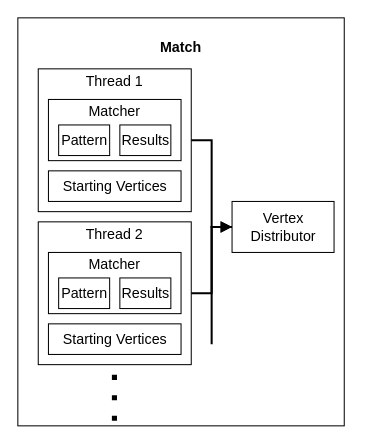
Above: page "matcherParallel" (4 of 7) of diagrams/QueryObjects.drawio in goramartin/BcThesisText (draw.io), before the change. Source tidied: cells renumbered, new cells numbered last; positions are measured from the earlier drawing's top-left corner, leaving out a move shared by most shapes. Both pictures are drawn from the tidied source at 102%, with x=0, y=0 at pixel (17, 17).
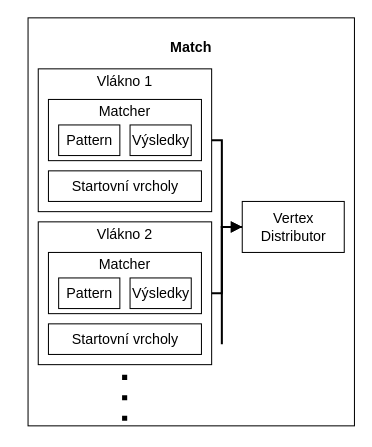
The same diagram, later.

Diff of the diagram source:
```diff
@@
     <mxCell id="2" value="&lt;p style=&quot;margin: 4px 0px 0px; text-align: center; font-size: 14px;&quot;&gt;&lt;br style=&quot;font-size: 14px;&quot;&gt;&lt;b style=&quot;font-size: 14px;&quot;&gt;Match&lt;/b&gt;&lt;/p&gt;" style="verticalAlign=top;align=left;overflow=fill;fontSize=14;fontFamily=CMU Serif;html=1;" parent="1" vertex="1">
-      <mxGeometry width="320" height="400" as="geometry" />
+      <mxGeometry x="10" width="320" height="400" as="geometry" />
     </mxCell>
-    <mxCell id="3" value="&lt;p style=&quot;margin: 4px 0px 0px; text-align: center; font-size: 14px;&quot;&gt;Thread 1&lt;/p&gt;" style="verticalAlign=top;align=left;overflow=fill;fontSize=14;fontFamily=CMU Serif;html=1;" parent="1" vertex="1">
-      <mxGeometry x="20" y="50" width="150" height="140" as="geometry" />
+    <mxCell id="3" value="&lt;p style=&quot;margin: 4px 0px 0px ; text-align: center ; font-size: 14px&quot;&gt;Vlákno 1&lt;/p&gt;" style="verticalAlign=top;align=left;overflow=fill;fontSize=14;fontFamily=CMU Serif;html=1;" parent="1" vertex="1">
+      <mxGeometry x="20" y="50" width="170" height="140" as="geometry" />
     </mxCell>
     <mxCell id="4" value="&lt;p style=&quot;margin: 4px 0px 0px; text-align: center; font-size: 14px;&quot;&gt;Matcher&lt;/p&gt;&lt;div style=&quot;height: 2px; font-size: 14px;&quot;&gt;&lt;/div&gt;" style="verticalAlign=top;align=left;overflow=fill;fontSize=14;fontFamily=CMU Serif;html=1;" parent="1" vertex="1">
-      <mxGeometry x="30" y="80" width="130" height="60" as="geometry" />
+      <mxGeometry x="30" y="80" width="150" height="60" as="geometry" />
     </mxCell>
     <mxCell id="5" value="Pattern" style="html=1;fontSize=14;fontFamily=CMU Serif;" parent="1" vertex="1">
-      <mxGeometry x="40" y="105" width="50" height="30" as="geometry" />
+      <mxGeometry x="40" y="105" width="60" height="30" as="geometry" />
     </mxCell>
-    <mxCell id="6" value="Results" style="html=1;fontSize=14;fontFamily=CMU Serif;" parent="1" vertex="1">
-      <mxGeometry x="100" y="105" width="50" height="30" as="geometry" />
+    <mxCell id="6" value="Výsledky" style="html=1;fontSize=14;fontFamily=CMU Serif;" parent="1" vertex="1">
+      <mxGeometry x="110" y="105" width="60" height="30" as="geometry" />
     </mxCell>
-    <mxCell id="7" value="Starting Vertices" style="html=1;fontSize=14;fontFamily=CMU Serif;" parent="1" vertex="1">
-      <mxGeometry x="30" y="150" width="130" height="30" as="geometry" />
+    <mxCell id="7" value="Startovní vrcholy" style="html=1;fontSize=14;fontFamily=CMU Serif;" parent="1" vertex="1">
+      <mxGeometry x="30" y="150" width="150" height="30" as="geometry" />
     </mxCell>
-    <mxCell id="8" value="&lt;p style=&quot;margin: 4px 0px 0px; text-align: center; font-size: 14px;&quot;&gt;Thread 2&lt;/p&gt;" style="verticalAlign=top;align=left;overflow=fill;fontSize=14;fontFamily=CMU Serif;html=1;" parent="1" vertex="1">
-      <mxGeometry x="20" y="200" width="150" height="140" as="geometry" />
+    <mxCell id="8" value="&lt;p style=&quot;margin: 4px 0px 0px ; text-align: center ; font-size: 14px&quot;&gt;Vlákno 2&lt;/p&gt;" style="verticalAlign=top;align=left;overflow=fill;fontSize=14;fontFamily=CMU Serif;html=1;" parent="1" vertex="1">
+      <mxGeometry x="20" y="200" width="170" height="140" as="geometry" />
     </mxCell>
     <mxCell id="9" value="&lt;p style=&quot;margin: 4px 0px 0px; text-align: center; font-size: 14px;&quot;&gt;Matcher&lt;/p&gt;&lt;div style=&quot;height: 2px; font-size: 14px;&quot;&gt;&lt;/div&gt;" style="verticalAlign=top;align=left;overflow=fill;fontSize=14;fontFamily=CMU Serif;html=1;" parent="1" vertex="1">
-      <mxGeometry x="30" y="230" width="130" height="60" as="geometry" />
+      <mxGeometry x="30" y="230" width="150" height="60" as="geometry" />
     </mxCell>
-    <mxCell id="10" value="Pattern" style="html=1;fontSize=14;fontFamily=CMU Serif;" parent="1" vertex="1">
-      <mxGeometry x="40" y="255" width="50" height="30" as="geometry" />
-    </mxCell>
-    <mxCell id="11" value="Results" style="html=1;fontSize=14;fontFamily=CMU Serif;" parent="1" vertex="1">
-      <mxGeometry x="100" y="255" width="50" height="30" as="geometry" />
-    </mxCell>
-    <mxCell id="12" value="Starting Vertices" style="html=1;fontSize=14;fontFamily=CMU Serif;" parent="1" vertex="1">
-      <mxGeometry x="30" y="300" width="130" height="30" as="geometry" />
+    <mxCell id="12" value="Startovní vrcholy" style="html=1;fontSize=14;fontFamily=CMU Serif;" parent="1" vertex="1">
+      <mxGeometry x="30" y="300" width="150" height="30" as="geometry" />
     </mxCell>
     <mxCell id="13" style="endArrow=none;dashed=1;html=1;dashPattern=1 3;strokeWidth=5;fontFamily=CMU Serif;fontSize=14;fontStyle=1;" parent="1" edge="1">
       <mxGeometry relative="1" as="geometry">
-        <mxPoint x="94.7" y="350" as="sourcePoint" />
-        <mxPoint x="94.7" y="400" as="targetPoint" />
+        <mxPoint x="104.7" y="350" as="sourcePoint" />
+        <mxPoint x="104.7" y="400" as="targetPoint" />
       </mxGeometry>
     </mxCell>
     <mxCell id="14" style="edgeStyle=orthogonalEdgeStyle;rounded=0;jettySize=auto;html=1;entryX=1;entryY=0.5;entryDx=0;entryDy=0;strokeWidth=2;fontFamily=CMU Serif;fontSize=14;endArrow=none;endFill=0;" parent="1" edge="1" source="17" target="8">
-      <mxGeometry relative="1" as="geometry" />
+      <mxGeometry relative="1" as="geometry">
+        <Array as="points">
+          <mxPoint x="200" y="205" />
+          <mxPoint x="200" y="270" />
+        </Array>
+      </mxGeometry>
     </mxCell>
     <mxCell id="15" style="edgeStyle=orthogonalEdgeStyle;rounded=0;jettySize=auto;html=1;strokeWidth=2;fontFamily=CMU Serif;fontSize=14;startArrow=block;startFill=1;endArrow=none;endFill=0;" parent="1" edge="1" source="17" target="3">
-      <mxGeometry relative="1" as="geometry" />
+      <mxGeometry relative="1" as="geometry">
+        <Array as="points">
+          <mxPoint x="200" y="205" />
+          <mxPoint x="200" y="120" />
+        </Array>
+      </mxGeometry>
     </mxCell>
     <mxCell id="16" style="edgeStyle=orthogonalEdgeStyle;rounded=0;jettySize=auto;html=1;startArrow=block;startFill=1;endArrow=none;endFill=0;strokeWidth=2;fontFamily=CMU Serif;fontSize=14;" parent="1" edge="1" source="17">
       <mxGeometry relative="1" as="geometry">
-        <mxPoint x="190" y="270" as="targetPoint" />
+        <mxPoint x="200" y="270" as="targetPoint" />
       </mxGeometry>
     </mxCell>
-    <mxCell id="17" value="&lt;font style=&quot;font-size: 14px;&quot;&gt;Vertex&lt;br style=&quot;font-size: 14px;&quot;&gt;Distributor&lt;/font&gt;" style="html=1;fontFamily=CMU Serif;fontSize=14;rotation=0;" parent="1" vertex="1">
-      <mxGeometry x="210" y="180" width="100" height="50" as="geometry" />
+    <mxCell id="17" value="&lt;font style=&quot;font-size: 14px ; line-height: 120%&quot;&gt;Vertex&lt;br style=&quot;font-size: 14px&quot;&gt;Distributor&lt;/font&gt;" style="html=1;fontFamily=CMU Serif;fontSize=14;rotation=0;" parent="1" vertex="1">
+      <mxGeometry x="220" y="180" width="100" height="50" as="geometry" />
     </mxCell>
     <mxCell id="18" style="endArrow=none;html=1;strokeWidth=2;fontFamily=CMU Serif;fontSize=14;" parent="1" edge="1">
       <mxGeometry relative="1" as="geometry">
-        <mxPoint x="190" y="320" as="sourcePoint" />
-        <mxPoint x="190" y="270" as="targetPoint" />
+        <mxPoint x="200" y="320" as="sourcePoint" />
+        <mxPoint x="200" y="270" as="targetPoint" />
       </mxGeometry>
     </mxCell>
+    <mxCell id="19" value="Výsledky" style="html=1;fontSize=14;fontFamily=CMU Serif;" parent="1" vertex="1">
+      <mxGeometry x="110" y="255" width="60" height="30" as="geometry" />
+    </mxCell>
+    <mxCell id="10" value="Pattern" style="html=1;fontSize=14;fontFamily=CMU Serif;" parent="1" vertex="1">
+      <mxGeometry x="40" y="255" width="60" height="30" as="geometry" />
+    </mxCell>
```
